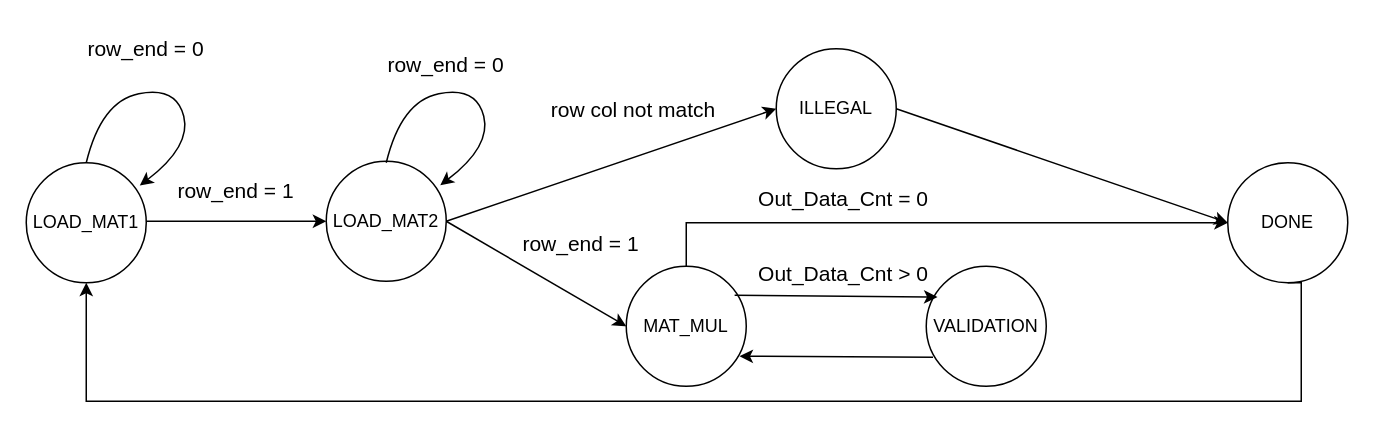
This is HW3_P76124265/diagram/FSM state.drawio from TreeLand1101/NCKU-Digital_Design, a draw.io file, before an edit. Source tidied: cells renumbered, new cells numbered last; positions are measured from the earlier drawing's top-left corner, leaving out a move shared by most shapes. Both pictures are drawn from the tidied source at 150%, with x=0, y=0 at pixel (26, 26).
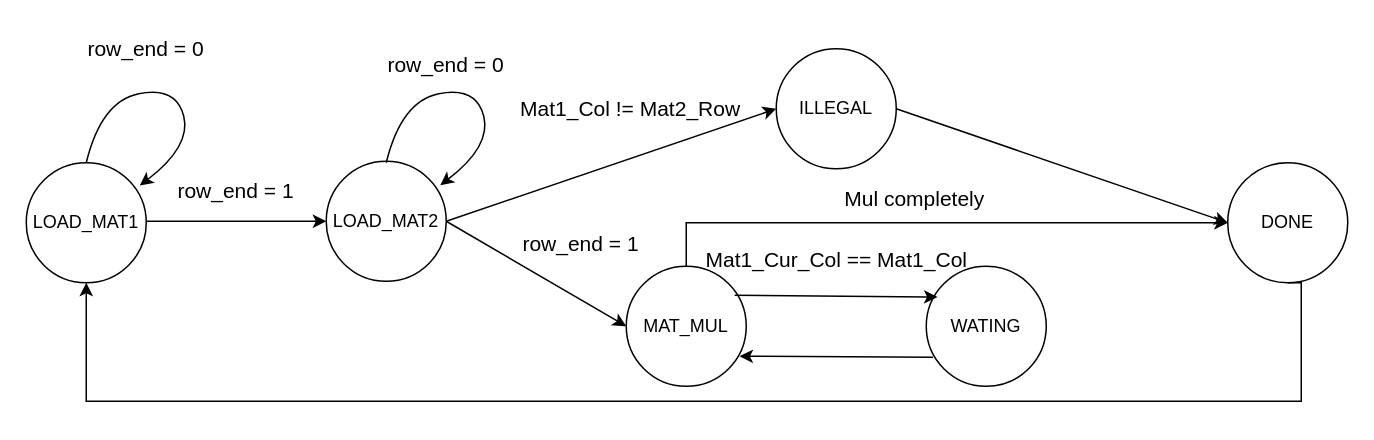
The same page after the edit.

What changed in the source:
```diff
@@
-    <mxCell id="19" value="&lt;font style=&quot;font-size: 14px;&quot;&gt;row col not match&lt;/font&gt;" style="text;html=1;align=center;verticalAlign=middle;whiteSpace=wrap;rounded=0;" parent="1" vertex="1">
-      <mxGeometry x="330" y="41" width="150" height="30" as="geometry" />
+    <mxCell id="19" value="&lt;font style=&quot;font-size: 14px;&quot;&gt;Mat1_Col != Mat2_Row&amp;nbsp;&lt;/font&gt;" style="text;html=1;align=center;verticalAlign=middle;whiteSpace=wrap;rounded=0;" parent="1" vertex="1">
+      <mxGeometry x="310" y="40" width="190" height="30" as="geometry" />
     </mxCell>
-    <mxCell id="20" value="&lt;span style=&quot;font-size: 14px;&quot;&gt;Out_Data_Cnt &amp;gt; 0&lt;/span&gt;" style="text;html=1;align=center;verticalAlign=middle;whiteSpace=wrap;rounded=0;" parent="1" vertex="1">
-      <mxGeometry x="480" y="150" width="130" height="30" as="geometry" />
-    </mxCell>
-    <mxCell id="21" value="VALIDATION" style="ellipse;whiteSpace=wrap;html=1;" parent="1" vertex="1">
+    <mxCell id="21" value="WATING" style="ellipse;whiteSpace=wrap;html=1;" parent="1" vertex="1">
       <mxGeometry x="600" y="160" width="80" height="80" as="geometry" />
     </mxCell>
@@
-    <mxCell id="24" value="&lt;span style=&quot;font-size: 14px;&quot;&gt;Out_Data_Cnt = 0&lt;/span&gt;" style="text;html=1;align=center;verticalAlign=middle;whiteSpace=wrap;rounded=0;" parent="1" vertex="1">
-      <mxGeometry x="480" y="100" width="130" height="30" as="geometry" />
-    </mxCell>
+    <mxCell id="25" value="&lt;span style=&quot;font-size: 14px;&quot;&gt;Mat1_Cur_Col == Mat1_Col&lt;/span&gt;" style="text;html=1;align=center;verticalAlign=middle;whiteSpace=wrap;rounded=0;" parent="1" vertex="1">
+      <mxGeometry x="447.5" y="141" width="185" height="30" as="geometry" />
+    </mxCell>
+    <mxCell id="26" value="&lt;span style=&quot;font-size: 14px;&quot;&gt;Mul completely&lt;/span&gt;" style="text;html=1;align=center;verticalAlign=middle;whiteSpace=wrap;rounded=0;" parent="1" vertex="1">
+      <mxGeometry x="500" y="100" width="185" height="30" as="geometry" />
+    </mxCell>
```
